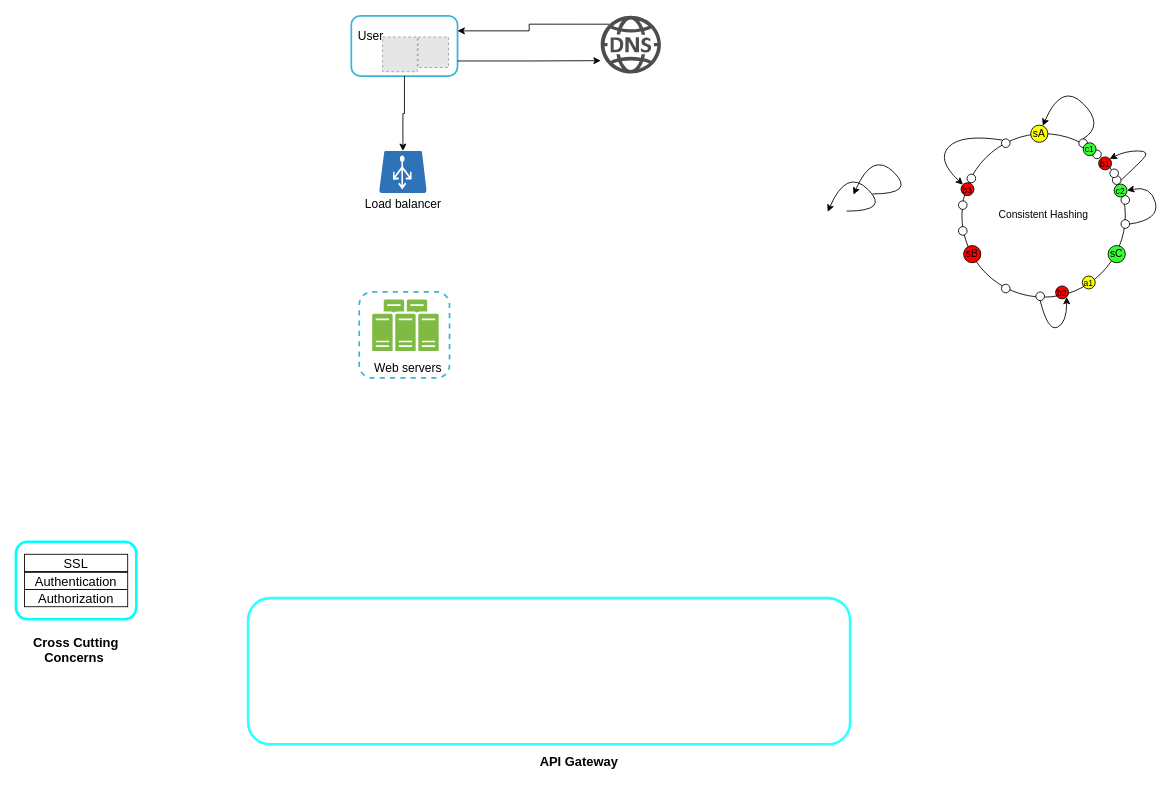
This is ConsistentHashing.drawio from AjayBhanushali/systemdesigns, a draw.io file, before an edit. Source tidied: cells renumbered, new cells numbered last; positions are measured from the earlier drawing's top-left corner, leaving out a move shared by most shapes. Both pictures are drawn from the tidied source at 86%, with x=0, y=0 at pixel (15, 15). Pictures stored in the file or linked from it are replaced by grey dashed boxes.
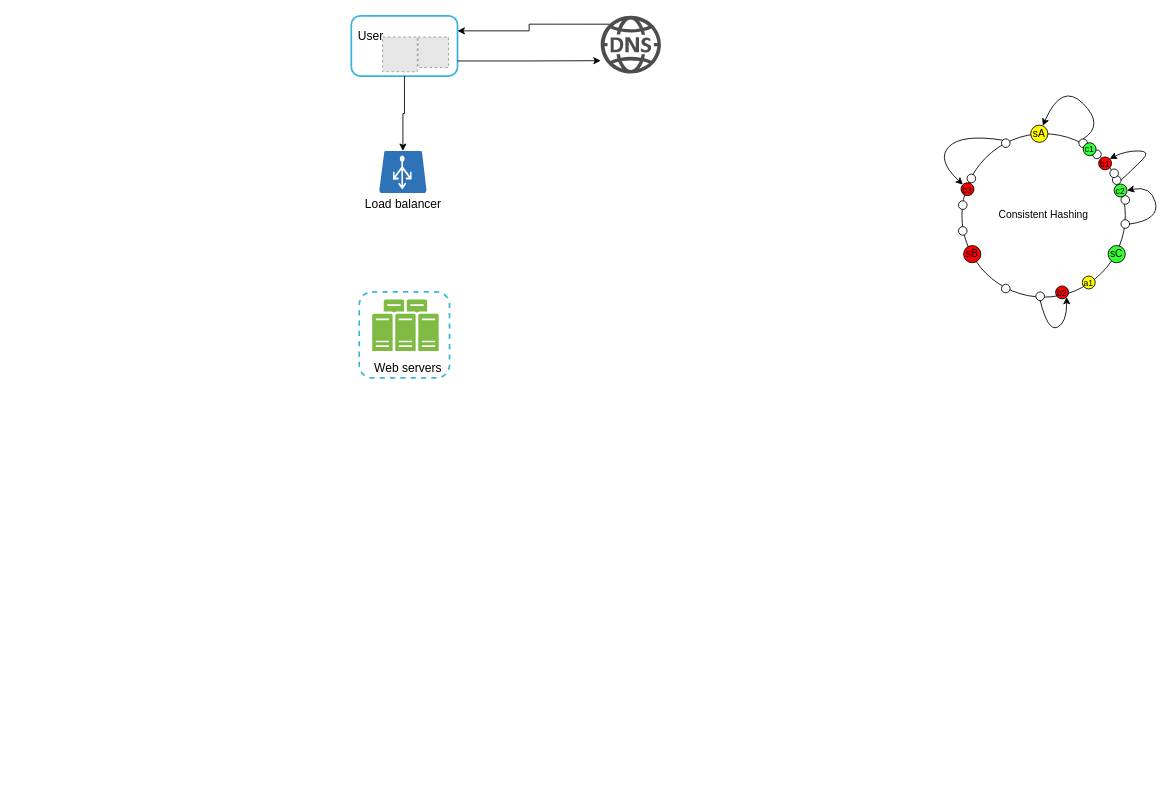
Above is the later version.

The edit, as a diff of the source:
```diff
@@
-    <mxCell id="17" style="curved=1;endArrow=classic;html=1;fontSize=10;exitX=0.5;exitY=0;exitDx=0;exitDy=0;" parent="1" edge="1">
-      <mxGeometry relative="1" as="geometry">
-        <mxPoint x="996" y="207" as="sourcePoint" />
-        <mxPoint x="974" y="207.8" as="targetPoint" />
-        <Array as="points">
-          <mxPoint x="1046" y="207" />
-          <mxPoint x="996" y="157" />
-        </Array>
-      </mxGeometry>
-    </mxCell>
-    <mxCell id="18" style="curved=1;endArrow=classic;html=1;fontSize=10;exitX=0.5;exitY=0;exitDx=0;exitDy=0;" parent="1" edge="1">
-      <mxGeometry relative="1" as="geometry">
-        <mxPoint x="966" y="227" as="sourcePoint" />
-        <mxPoint x="944" y="227.8" as="targetPoint" />
-        <Array as="points">
-          <mxPoint x="1016" y="227" />
-          <mxPoint x="966" y="177" />
-        </Array>
-      </mxGeometry>
-    </mxCell>
@@
-    <mxCell id="47" style="rounded=1;whiteSpace=wrap;html=1;fontSize=10;fillColor=none;strokeColor=#33FFFF;strokeWidth=3;" parent="1" vertex="1">
-      <mxGeometry x="270" y="677" width="700" height="170" as="geometry" />
-    </mxCell>
-    <mxCell id="48" value="API Gateway" style="text;html=1;strokeColor=none;fillColor=none;align=center;verticalAlign=middle;whiteSpace=wrap;rounded=0;fontSize=15;fontStyle=1;" parent="1" vertex="1">
-      <mxGeometry x="590" y="857" width="130" height="20" as="geometry" />
-    </mxCell>
-    <mxCell id="49" style="group;" parent="1" vertex="1">
-      <mxGeometry x="10" y="626" width="120" height="61" as="geometry" />
-    </mxCell>
-    <mxCell id="50" value="SSL" style="text;html=1;align=center;verticalAlign=middle;whiteSpace=wrap;rounded=0;fontSize=15;fillColor=#ffffff;strokeColor=#000000;" parent="49" vertex="1">
-      <mxGeometry width="120" height="20" as="geometry" />
-    </mxCell>
-    <mxCell id="51" value="Authentication" style="text;html=1;align=center;verticalAlign=middle;whiteSpace=wrap;rounded=0;fontSize=15;fillColor=#ffffff;strokeColor=#000000;" parent="49" vertex="1">
-      <mxGeometry y="21" width="120" height="20" as="geometry" />
-    </mxCell>
-    <mxCell id="52" value="Authorization" style="text;html=1;align=center;verticalAlign=middle;whiteSpace=wrap;rounded=0;fontSize=15;fillColor=#ffffff;strokeColor=#000000;" parent="49" vertex="1">
-      <mxGeometry y="41" width="120" height="20" as="geometry" />
-    </mxCell>
-    <mxCell id="53" style="rounded=1;whiteSpace=wrap;html=1;strokeWidth=3;fontSize=15;fillColor=none;strokeColor=#00FFFF;" parent="1" vertex="1">
-      <mxGeometry y="611.5" width="140" height="90" as="geometry" />
-    </mxCell>
-    <mxCell id="54" value="Cross Cutting Concerns&amp;nbsp;" style="text;html=1;strokeColor=none;fillColor=none;align=center;verticalAlign=middle;whiteSpace=wrap;rounded=0;fontSize=15;fontStyle=1;" parent="1" vertex="1">
-      <mxGeometry x="15" y="701.5" width="110" height="70" as="geometry" />
-    </mxCell>
```
